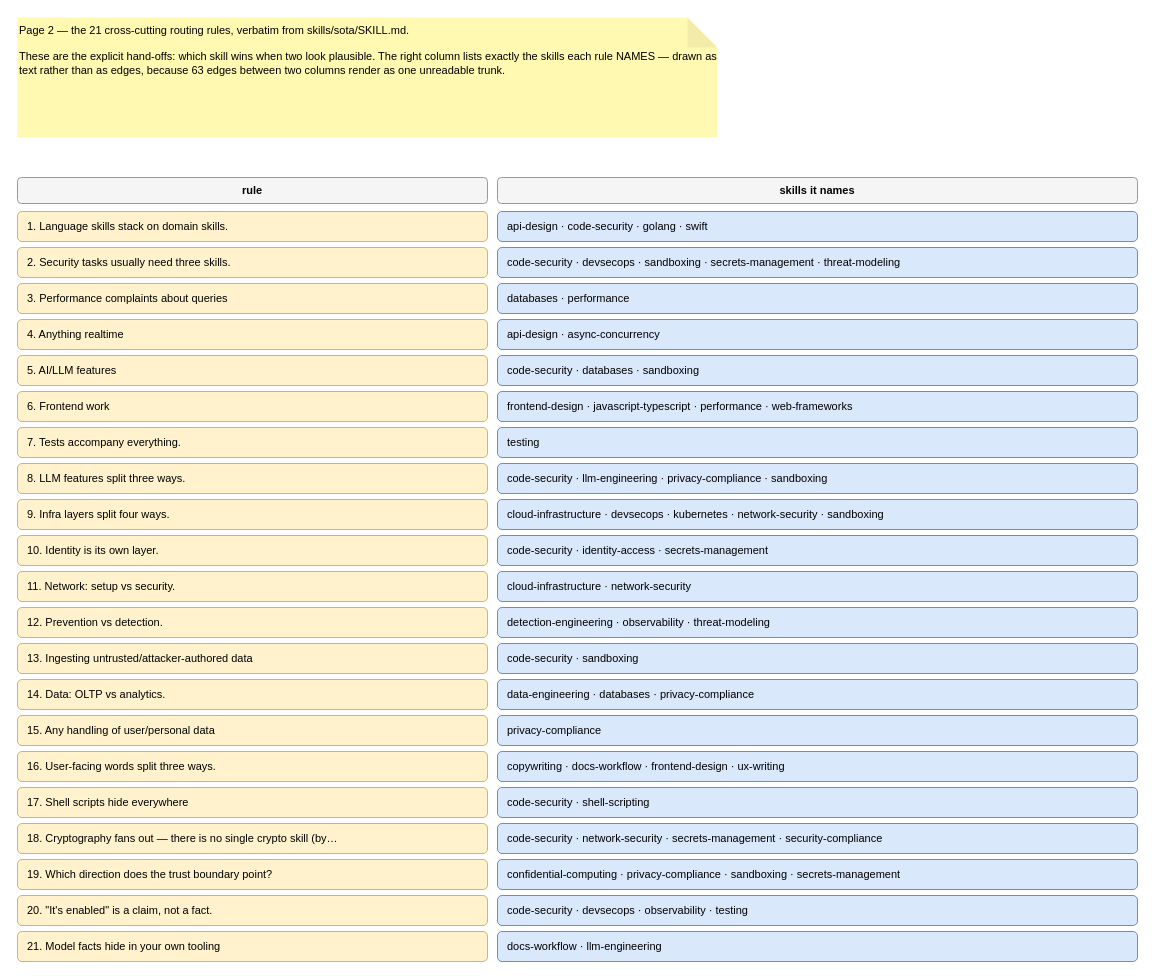
This is page "2 · Cross-cutting rules" (2 of 8) of docs/skill-map.drawio from martinholovsky/SOTA-skills, a draw.io file, before an edit. Source tidied: cells renumbered, new cells numbered last; positions are measured from the earlier drawing's top-left corner, leaving out a move shared by most shapes. Both pictures are drawn from the tidied source at 100%, with x=0, y=0 at pixel (17, 17).
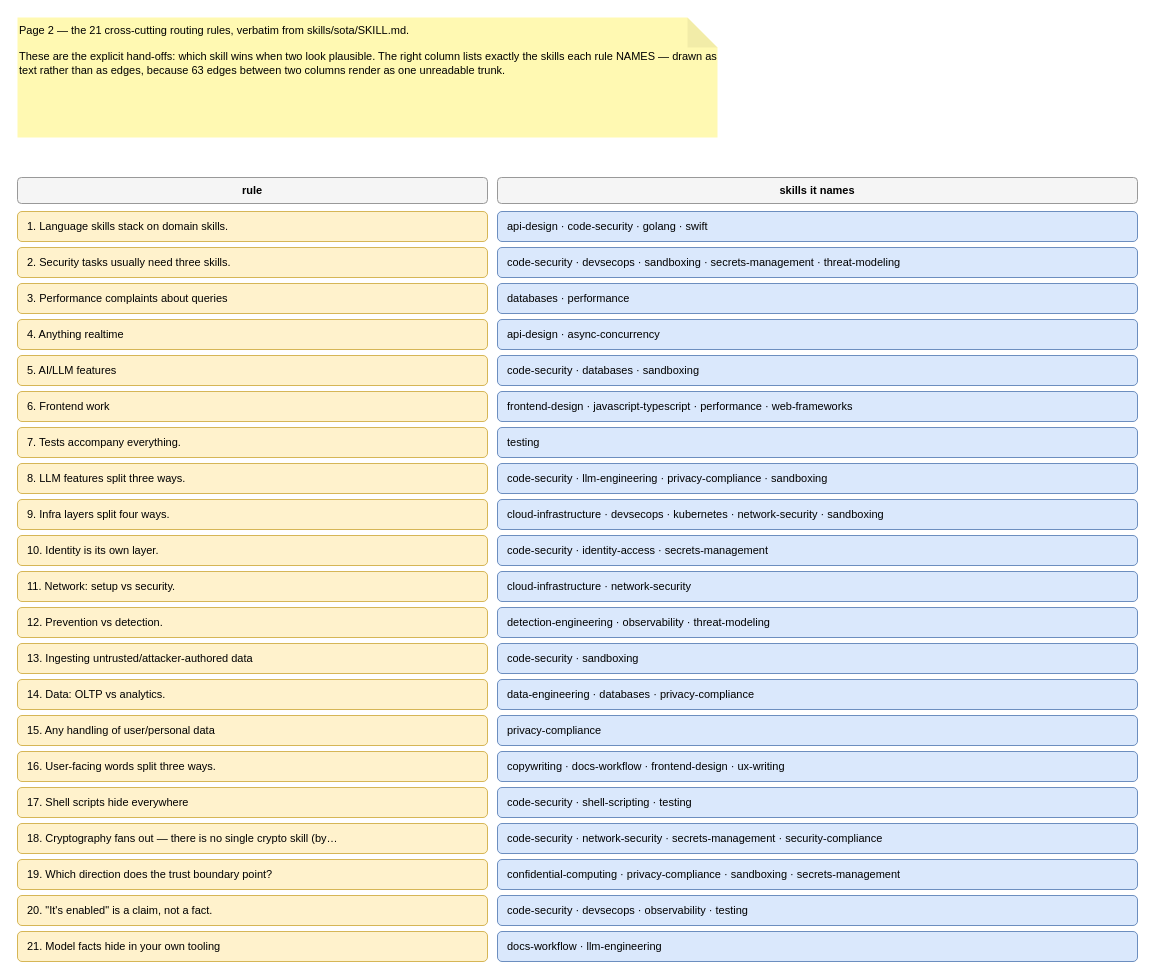
Above is the later version.

Diff of the diagram source:
```diff
@@
-    <mxCell id="38" value="code-security · shell-scripting" style="rounded=1;whiteSpace=wrap;html=1;fontSize=11;fillColor=#dae8fc;strokeColor=#6c8ebf;align=left;spacingLeft=8;" parent="1" vertex="1">
+    <mxCell id="38" value="code-security · shell-scripting · testing" style="rounded=1;whiteSpace=wrap;html=1;fontSize=11;fillColor=#dae8fc;strokeColor=#6c8ebf;align=left;spacingLeft=8;" parent="1" vertex="1">
       <mxGeometry x="480" y="770" width="640" height="30" as="geometry" />
     </mxCell>
```
